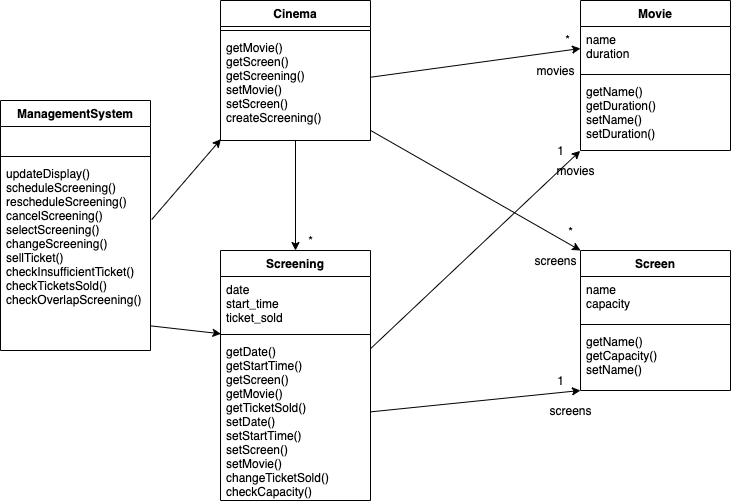
Before: Analysis/Sequency Diagram/ClassDiagram.drawio.png, a diagram exported from draw.io (echo-cool/COMP3013J-Object-Oriented-Design-Cinema-Management-and-Booking-System). Source tidied: cells renumbered, new cells last; positions are measured from the earlier drawing's top-left corner, leaving out a move shared by most shapes.
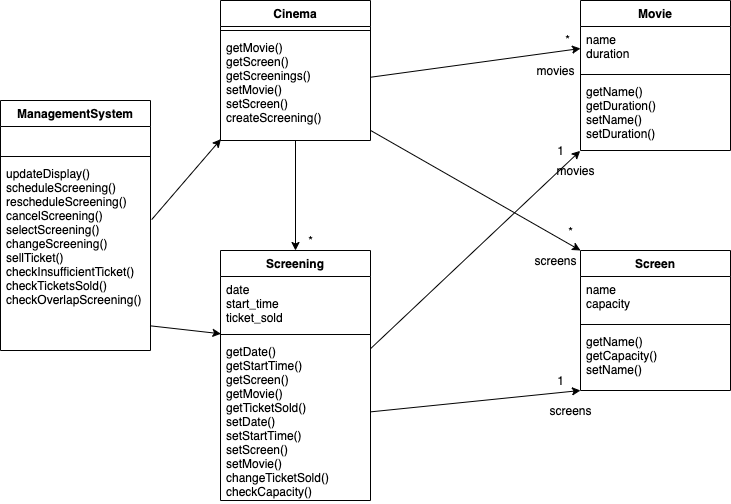
After the change.

Commit message:
chage-Class-disgram

Diff of the diagram source:
```diff
@@ -59,7 +59,7 @@
     <mxCell id="20" style="line;strokeWidth=1;fillColor=none;align=left;verticalAlign=middle;spacingTop=-1;spacingLeft=3;spacingRight=3;labelPosition=right;" parent="19" vertex="1">
       <mxGeometry y="26" width="150" height="8" as="geometry" />
     </mxCell>
-    <mxCell id="21" value="getMovie()&#10;getScreen()&#10;getScreening()&#10;setMovie()&#10;setScreen()&#10;createScreening()&#10;" style="text;strokeColor=none;fillColor=none;align=left;verticalAlign=top;spacingLeft=4;spacingRight=4;overflow=hidden;points=[[0,0.5],[1,0.5]];portConstraint=eastwest;" parent="19" vertex="1">
+    <mxCell id="21" value="getMovie()&#10;getScreen()&#10;getScreenings()&#10;setMovie()&#10;setScreen()&#10;createScreening()&#10;" style="text;strokeColor=none;fillColor=none;align=left;verticalAlign=top;spacingLeft=4;spacingRight=4;overflow=hidden;points=[[0,0.5],[1,0.5]];portConstraint=eastwest;" parent="19" vertex="1">
       <mxGeometry y="34" width="150" height="106" as="geometry" />
     </mxCell>
     <mxCell id="22" style="edgeStyle=none;rounded=0;jettySize=auto;html=1;entryX=0.003;entryY=0.987;entryDx=0;entryDy=0;exitX=1.008;exitY=0.311;exitDx=0;exitDy=0;exitPerimeter=0;entryPerimeter=0;" parent="1" edge="1" source="5" target="21">
```
